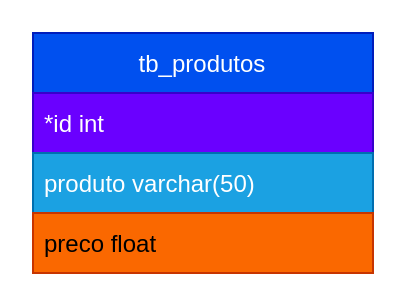
Above: diagrama.drawio in guilhermeMgimenez/php (draw.io), before the change. Source tidied: cells renumbered, new cells numbered last; positions are measured from the earlier drawing's top-left corner, leaving out a move shared by most shapes. Both pictures are drawn from the tidied source at 200%, with x=0, y=0 at pixel (32, 32).
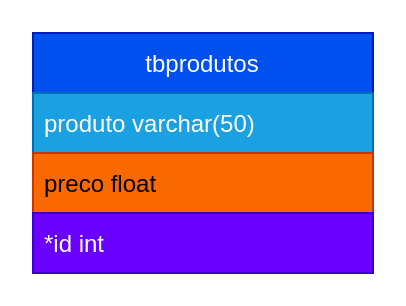
After the change.

What changed in the source:
```diff
@@
 <mxGraphModel>
   <root>
     <mxCell id="0" />
     <mxCell id="1" parent="0" />
-    <mxCell id="2" value="tb_produtos" style="swimlane;fontStyle=0;horizontal=1;startSize=30;fillColor=#0050ef;fontColor=#ffffff;strokeColor=#001DBC;fontFamily=Helvetica;" parent="1" vertex="1">
+    <mxCell id="2" value="tbprodutos" style="swimlane;fontStyle=0;horizontal=1;startSize=30;fillColor=#0050ef;fontColor=#ffffff;strokeColor=#001DBC;fontFamily=Helvetica;" parent="1" vertex="1">
       <mxGeometry width="170" height="120" as="geometry" />
     </mxCell>
-    <mxCell id="3" value="*id int" style="text;strokeColor=#3700CC;fillColor=#6a00ff;align=left;verticalAlign=middle;spacingLeft=4;spacingRight=4;overflow=hidden;fontColor=#ffffff;" parent="2" vertex="1">
-      <mxGeometry y="30" width="170" height="30" as="geometry" />
-    </mxCell>
     <mxCell id="4" value="produto varchar(50)" style="text;strokeColor=#006EAF;fillColor=#1ba1e2;align=left;verticalAlign=middle;spacingLeft=4;spacingRight=4;overflow=hidden;fontColor=#ffffff;" parent="2" vertex="1">
-      <mxGeometry y="60" width="170" height="30" as="geometry" />
+      <mxGeometry y="30" width="170" height="30" as="geometry" />
     </mxCell>
     <mxCell id="5" value="preco float" style="text;strokeColor=#C73500;fillColor=#fa6800;align=left;verticalAlign=middle;spacingLeft=4;spacingRight=4;overflow=hidden;fontColor=#000000;" parent="2" vertex="1">
-      <mxGeometry y="90" width="170" height="30" as="geometry" />
+      <mxGeometry y="60" width="170" height="30" as="geometry" />
     </mxCell>
+    <mxCell id="3" value="*id int" style="text;strokeColor=#3700CC;fillColor=#6a00ff;align=left;verticalAlign=middle;spacingLeft=4;spacingRight=4;overflow=hidden;fontColor=#ffffff;" parent="2" vertex="1">
+      <mxGeometry y="90" width="170" height="30" as="geometry" />
+    </mxCell>
   </root>
 </mxGraphModel>
```
